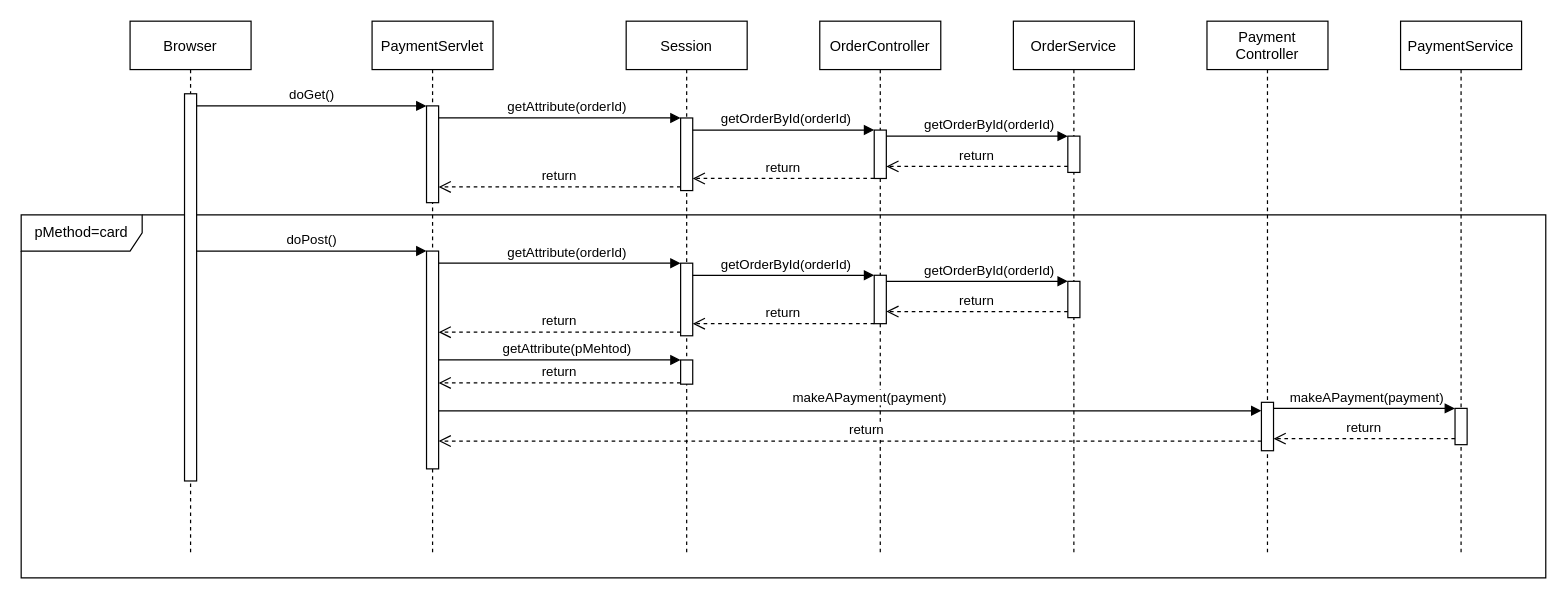
matteovisotto/DB2-SirianiVisotto keeps this draw.io diagram as page "PaymentServlet" (4 of 4) of Diagrams/sequence_diagrams.drawio. Above is the earlier version. Source tidied: cells renumbered, new cells numbered last; positions are measured from the earlier drawing's top-left corner, leaving out a move shared by most shapes. Both pictures are drawn from the tidied source at 121%, with x=0, y=0 at pixel (21, 21).
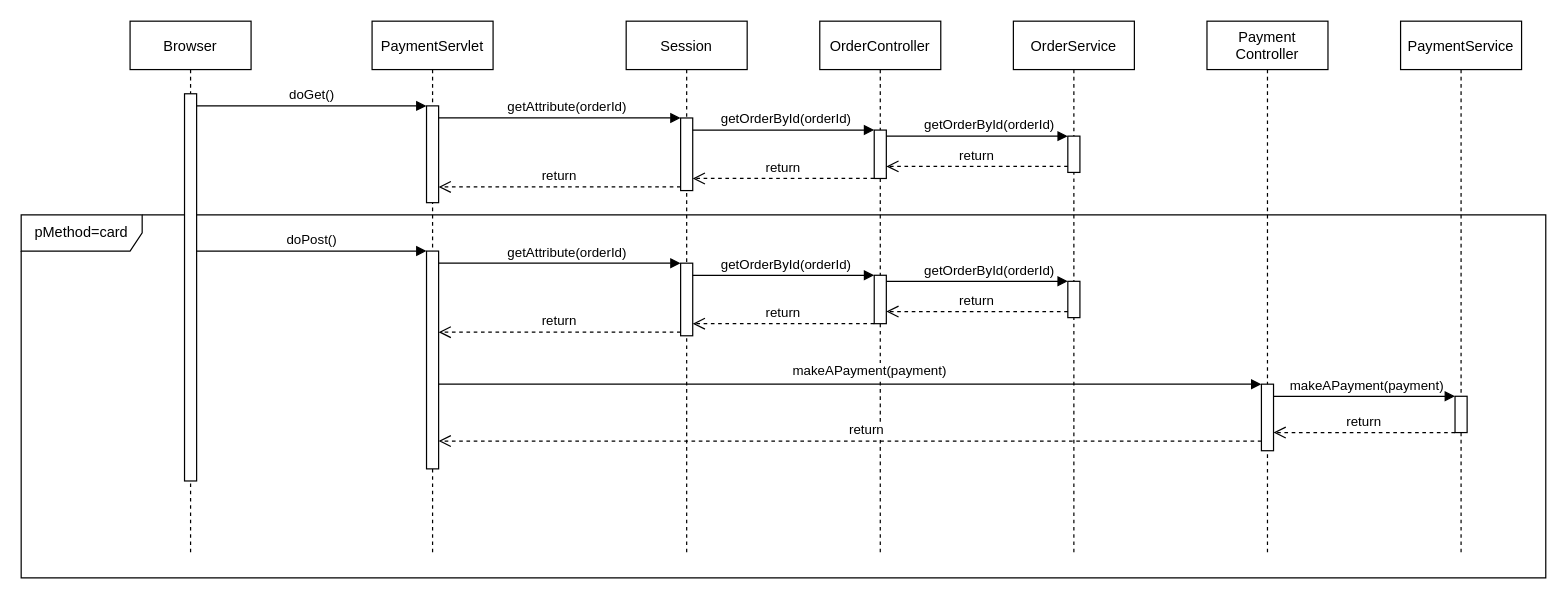
Above is the later version.

Unchanged cells that the change refers to:
```xml
<mxCell id="5" style="points=[];perimeter=orthogonalPerimeter;rounded=0;shadow=0;strokeWidth=1;" parent="3" vertex="1">
  <mxGeometry x="45" y="190" width="10" height="180" as="geometry" />
</mxCell>
```

Change to the diagram source:
```diff
@@
-    <mxCell id="39" value="return" style="verticalAlign=bottom;endArrow=open;dashed=1;endSize=8;exitX=0;exitY=0.95;shadow=0;strokeWidth=1;" parent="1" edge="1" source="42" target="5">
-      <mxGeometry relative="1" as="geometry" />
-    </mxCell>
-    <mxCell id="40" style="verticalAlign=bottom;endArrow=block;entryX=0;entryY=0;shadow=0;strokeWidth=1;" parent="1" edge="1" source="5" target="42">
-      <mxGeometry relative="1" as="geometry" />
-    </mxCell>
-    <mxCell id="41" value="getAttribute(pMehtod)" style="edgeLabel;html=1;align=center;verticalAlign=middle;" parent="40" vertex="1">
-      <mxGeometry x="-0.14" y="3" relative="1" as="geometry">
-        <mxPoint x="19" y="-7" as="offset" />
-      </mxGeometry>
-    </mxCell>
-    <mxCell id="42" style="points=[];perimeter=orthogonalPerimeter;rounded=0;shadow=0;strokeWidth=1;" parent="1" vertex="1">
-      <mxGeometry x="545" y="280" width="10" height="20" as="geometry" />
-    </mxCell>
@@
     <mxCell id="45" style="points=[];perimeter=orthogonalPerimeter;rounded=0;shadow=0;strokeWidth=1;" parent="1" vertex="1">
-      <mxGeometry x="1025" y="315" width="10" height="40" as="geometry" />
+      <mxGeometry x="1025" y="300" width="10" height="55" as="geometry" />
     </mxCell>
     <mxCell id="46" style="points=[];perimeter=orthogonalPerimeter;rounded=0;shadow=0;strokeWidth=1;" parent="1" vertex="1">
-      <mxGeometry x="1185" y="320" width="10" height="30" as="geometry" />
+      <mxGeometry x="1185" y="310" width="10" height="30" as="geometry" />
     </mxCell>
     <mxCell id="47" style="verticalAlign=bottom;endArrow=block;shadow=0;strokeWidth=1;" parent="1" edge="1" source="45" target="46">
       <mxGeometry relative="1" as="geometry">
         <Array as="points">
-          <mxPoint x="1130" y="320" />
+          <mxPoint x="1130" y="310" />
         </Array>
       </mxGeometry>
     </mxCell>
@@
     <mxCell id="49" value="return" style="verticalAlign=bottom;endArrow=open;dashed=1;endSize=8;shadow=0;strokeWidth=1;" parent="1" edge="1" source="46" target="45">
       <mxGeometry relative="1" as="geometry">
         <Array as="points">
-          <mxPoint x="1100" y="345" />
+          <mxPoint x="1110" y="340" />
         </Array>
       </mxGeometry>
     </mxCell>
     <mxCell id="50" style="verticalAlign=bottom;endArrow=block;shadow=0;strokeWidth=1;" parent="1" edge="1" source="5" target="45">
       <mxGeometry relative="1" as="geometry">
         <Array as="points">
-          <mxPoint x="440" y="322" />
+          <mxPoint x="440" y="300" />
         </Array>
       </mxGeometry>
     </mxCell>
```
